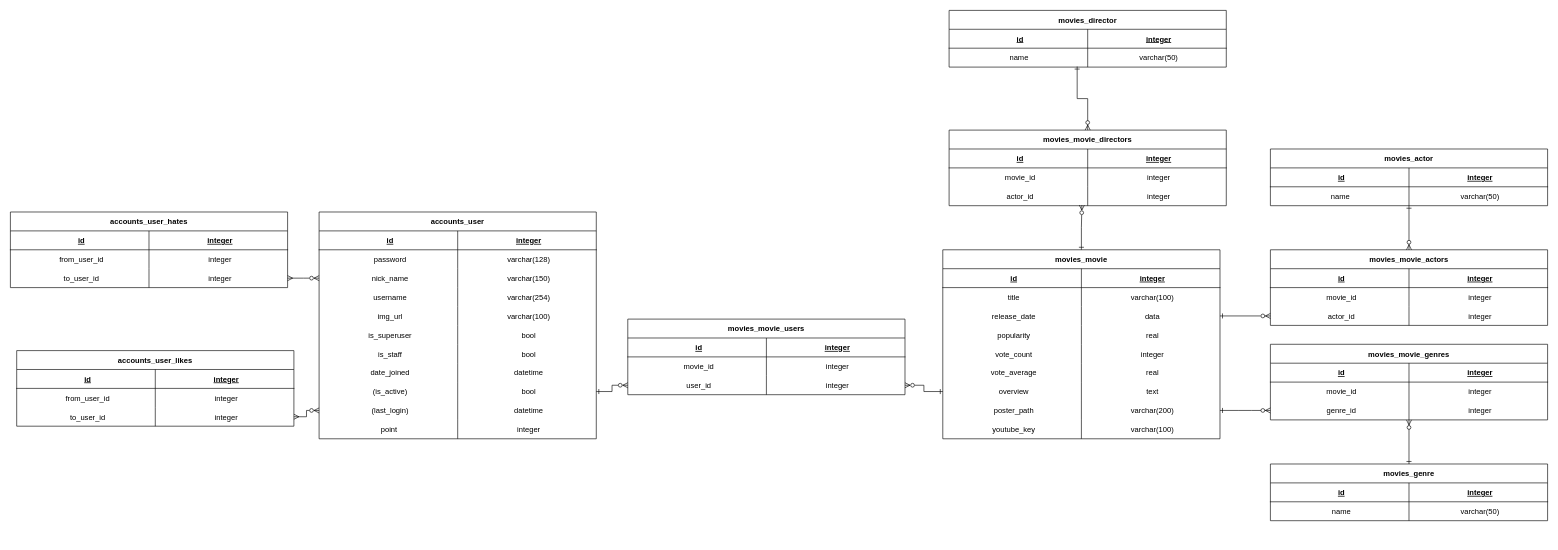
Earlier version of the draw.io diagram 제목 없는 다이어그램.drawio (hwanny7/SSAFY-PROJECT). Source tidied: cells renumbered, new cells numbered last; positions are measured from the earlier drawing's top-left corner, leaving out a move shared by most shapes. Both pictures are drawn from the tidied source at 63%, with x=0, y=0 at pixel (10, 10).
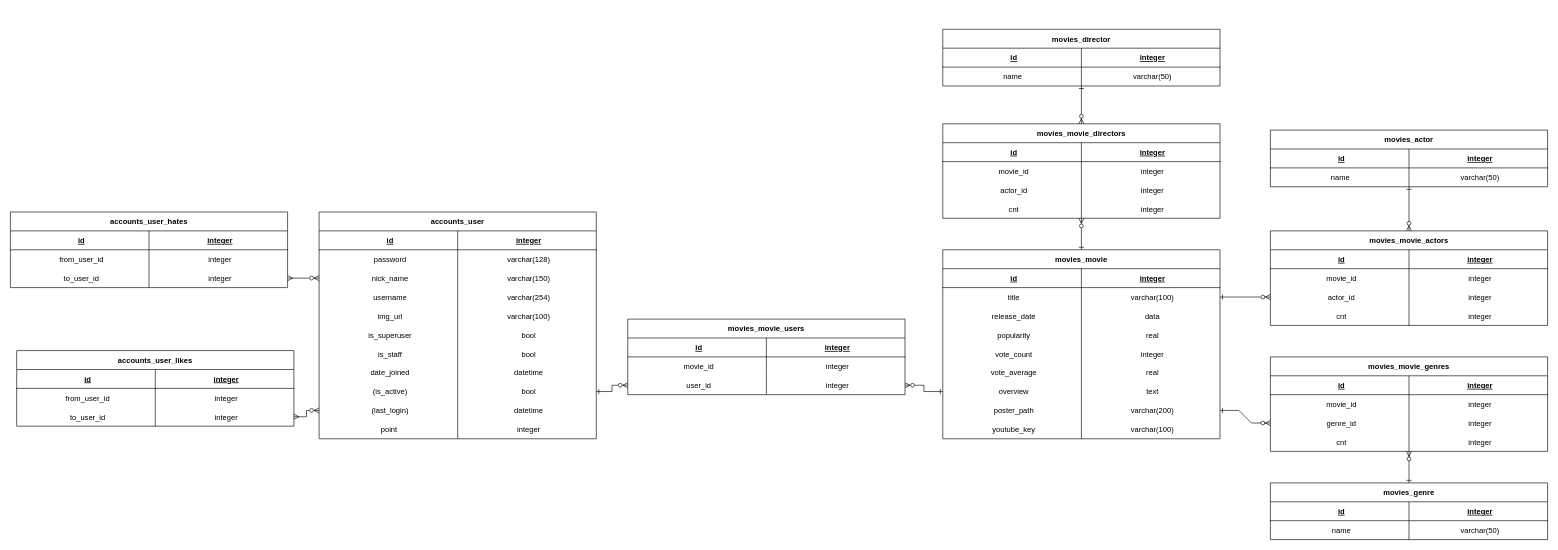
After the change.

Commit message (it also covers changes not shown here):
제목 없는 다이어그램.drawio 업데이트

The change refers to these unchanged cells:
```xml
<mxCell id="2" value="movies_movie" style="shape=table;startSize=30;childLayout=tableLayout;rowLines=0;fontStyle=1;align=center;" parent="1" vertex="1">
  <mxGeometry x="1480" y="380" width="440" height="300" as="geometry" />
</mxCell>
<mxCell id="6" style="shape=partialRectangle;fillColor=none;points=[[0,0.5],[1,0.5]];portConstraint=eastwest;top=0;left=0;right=0;bottom=0;align=center;" parent="2" vertex="1">
  <mxGeometry y="60" width="440" height="30" as="geometry" />
</mxCell>
<mxCell id="9" style="shape=partialRectangle;fillColor=none;points=[[0,0.5],[1,0.5]];portConstraint=eastwest;top=0;left=0;right=0;bottom=0;align=center;" parent="2" vertex="1">
  <mxGeometry y="90" width="440" height="30" as="geometry" />
</mxCell>
<mxCell id="63" style="shape=partialRectangle;fillColor=none;points=[[0,0.5],[1,0.5]];portConstraint=eastwest;top=0;left=0;right=0;bottom=0;align=center;" parent="56" vertex="1">
  <mxGeometry y="90" width="440" height="30" as="geometry" />
</mxCell>
<mxCell id="75" style="shape=partialRectangle;fillColor=none;points=[[0,0.5],[1,0.5]];portConstraint=eastwest;top=0;left=0;right=0;bottom=0;align=center;" parent="68" vertex="1">
  <mxGeometry y="90" width="440" height="30" as="geometry" />
</mxCell>
<mxCell id="84" style="shape=partialRectangle;fillColor=none;points=[[0,0.5],[1,0.5]];portConstraint=eastwest;top=0;left=0;right=0;bottom=0;align=center;" parent="80" vertex="1">
  <mxGeometry y="60" width="440" height="30" as="geometry" />
</mxCell>
```

What changed in the source:
```diff
@@
     <mxCell id="30" value="movies_genre" style="shape=table;startSize=30;childLayout=tableLayout;rowLines=0;fontStyle=1;align=center;" parent="1" vertex="1">
-      <mxGeometry x="2000" y="720" width="440" height="90" as="geometry" />
+      <mxGeometry x="2000" y="750" width="440" height="90" as="geometry" />
     </mxCell>
@@
     <mxCell id="37" value="movies_movie_genres" style="shape=table;startSize=30;childLayout=tableLayout;rowLines=0;fontStyle=1;align=center;" parent="1" vertex="1">
-      <mxGeometry x="2000" y="530" width="440" height="120" as="geometry" />
+      <mxGeometry x="2000" y="550" width="440" height="150" as="geometry" />
     </mxCell>
@@
+    <mxCell id="155" style="shape=partialRectangle;fillColor=none;top=0;left=0;right=0;bottom=0;align=center;" parent="37" vertex="1">
+      <mxGeometry y="120" width="440" height="30" as="geometry" />
+    </mxCell>
+    <mxCell id="156" value="cnt" style="shape=partialRectangle;overflow=hidden;fillColor=none;top=0;left=0;bottom=0;right=0;align=center;spacingLeft=6;" parent="155" vertex="1">
+      <mxGeometry width="220" height="30" as="geometry" />
+    </mxCell>
+    <mxCell id="157" value="integer" style="shape=partialRectangle;overflow=hidden;fillColor=none;top=0;left=0;bottom=0;right=0;align=center;spacingLeft=6;" parent="155" vertex="1">
+      <mxGeometry x="220" width="220" height="30" as="geometry" />
+    </mxCell>
@@
     <mxCell id="49" value="movies_actor" style="shape=table;startSize=30;childLayout=tableLayout;rowLines=0;fontStyle=1;align=center;" parent="1" vertex="1">
-      <mxGeometry x="2000" y="220" width="440" height="90" as="geometry" />
+      <mxGeometry x="2000" y="190" width="440" height="90" as="geometry" />
     </mxCell>
@@
     <mxCell id="56" value="movies_movie_actors" style="shape=table;startSize=30;childLayout=tableLayout;rowLines=0;fontStyle=1;align=center;" parent="1" vertex="1">
-      <mxGeometry x="2000" y="380" width="440" height="120" as="geometry" />
+      <mxGeometry x="2000" y="350" width="440" height="150" as="geometry" />
     </mxCell>
@@
+    <mxCell id="158" style="shape=partialRectangle;fillColor=none;top=0;left=0;right=0;bottom=0;align=center;" parent="56" vertex="1">
+      <mxGeometry y="120" width="440" height="30" as="geometry" />
+    </mxCell>
+    <mxCell id="159" value="cnt" style="shape=partialRectangle;overflow=hidden;fillColor=none;top=0;left=0;bottom=0;right=0;align=center;spacingLeft=6;" parent="158" vertex="1">
+      <mxGeometry width="220" height="30" as="geometry" />
+    </mxCell>
+    <mxCell id="160" value="integer" style="shape=partialRectangle;overflow=hidden;fillColor=none;top=0;left=0;bottom=0;right=0;align=center;spacingLeft=6;" parent="158" vertex="1">
+      <mxGeometry x="220" width="220" height="30" as="geometry" />
+    </mxCell>
-    <mxCell id="66" style="edgeStyle=orthogonalEdgeStyle;jettySize=auto;html=1;rounded=0;startArrow=ERone;startFill=0;endArrow=ERzeroToMany;endFill=0;entryX=0;entryY=0.5;entryDx=0;entryDy=0;exitX=1;exitY=0.5;exitDx=0;exitDy=0;" parent="1" edge="1" source="9" target="63">
+    <mxCell id="66" style="edgeStyle=orthogonalEdgeStyle;jettySize=auto;html=1;rounded=0;startArrow=ERone;startFill=0;endArrow=ERzeroToMany;endFill=0;entryX=0;entryY=0.5;entryDx=0;entryDy=0;exitX=1;exitY=0.5;exitDx=0;exitDy=0;" parent="1" edge="1" source="6" target="63">
       <mxGeometry relative="1" as="geometry" />
     </mxCell>
@@
     <mxCell id="68" value="movies_movie_directors" style="shape=table;startSize=30;childLayout=tableLayout;rowLines=0;fontStyle=1;align=center;" parent="1" vertex="1">
-      <mxGeometry x="1490" y="190" width="440" height="120" as="geometry" />
+      <mxGeometry x="1480" y="180" width="440" height="150" as="geometry" />
     </mxCell>
@@
+    <mxCell id="161" style="shape=partialRectangle;fillColor=none;points=[[0,0.5],[1,0.5]];portConstraint=eastwest;top=0;left=0;right=0;bottom=0;align=center;" parent="68" vertex="1">
+      <mxGeometry y="120" width="440" height="30" as="geometry" />
+    </mxCell>
+    <mxCell id="162" value="cnt" style="shape=partialRectangle;overflow=hidden;fillColor=none;top=0;left=0;bottom=0;right=0;align=center;spacingLeft=6;" parent="161" vertex="1">
+      <mxGeometry width="220" height="30" as="geometry" />
+    </mxCell>
+    <mxCell id="163" value="integer" style="shape=partialRectangle;overflow=hidden;fillColor=none;top=0;left=0;bottom=0;right=0;align=center;spacingLeft=6;" parent="161" vertex="1">
+      <mxGeometry x="220" width="220" height="30" as="geometry" />
+    </mxCell>
-    <mxCell id="78" style="edgeStyle=orthogonalEdgeStyle;jettySize=auto;html=1;rounded=0;startArrow=ERone;startFill=0;endArrow=ERzeroToMany;endFill=0;entryX=0.479;entryY=0.971;entryDx=0;entryDy=0;exitX=0.5;exitY=0;exitDx=0;exitDy=0;entryPerimeter=0;" parent="1" edge="1" source="2" target="75">
+    <mxCell id="78" style="jettySize=auto;html=1;rounded=0;startArrow=ERone;startFill=0;endArrow=ERzeroToMany;endFill=0;exitX=0.5;exitY=0;exitDx=0;exitDy=0;" parent="1" edge="1" source="2" target="161">
       <mxGeometry relative="1" as="geometry" />
     </mxCell>
-    <mxCell id="79" style="edgeStyle=orthogonalEdgeStyle;endArrow=ERzeroToMany;startArrow=ERone;endFill=1;startFill=0;rounded=0;align=center;entryX=0.5;entryY=0;entryDx=0;entryDy=0;exitX=0.462;exitY=0.971;exitDx=0;exitDy=0;exitPerimeter=0;" parent="1" edge="1" source="84" target="68">
+    <mxCell id="79" style="endArrow=ERzeroToMany;startArrow=ERone;endFill=1;startFill=0;rounded=0;align=center;entryX=0.5;entryY=0;entryDx=0;entryDy=0;" parent="1" edge="1" source="80" target="68">
       <mxGeometry relative="1" as="geometry" />
     </mxCell>
-    <mxCell id="80" value="movies_director" style="shape=table;startSize=30;childLayout=tableLayout;rowLines=0;fontStyle=1;align=center;" parent="1" vertex="1">
-      <mxGeometry x="1490" width="440" height="90" as="geometry" />
+    <mxCell id="80" value="movies_director" style="shape=table;startSize=30;childLayout=tableLayout;rowLines=0;fontStyle=1;align=center;flipV=0;flipH=1;" parent="1" vertex="1">
+      <mxGeometry x="1480" y="30" width="440" height="90" as="geometry" />
     </mxCell>
```
